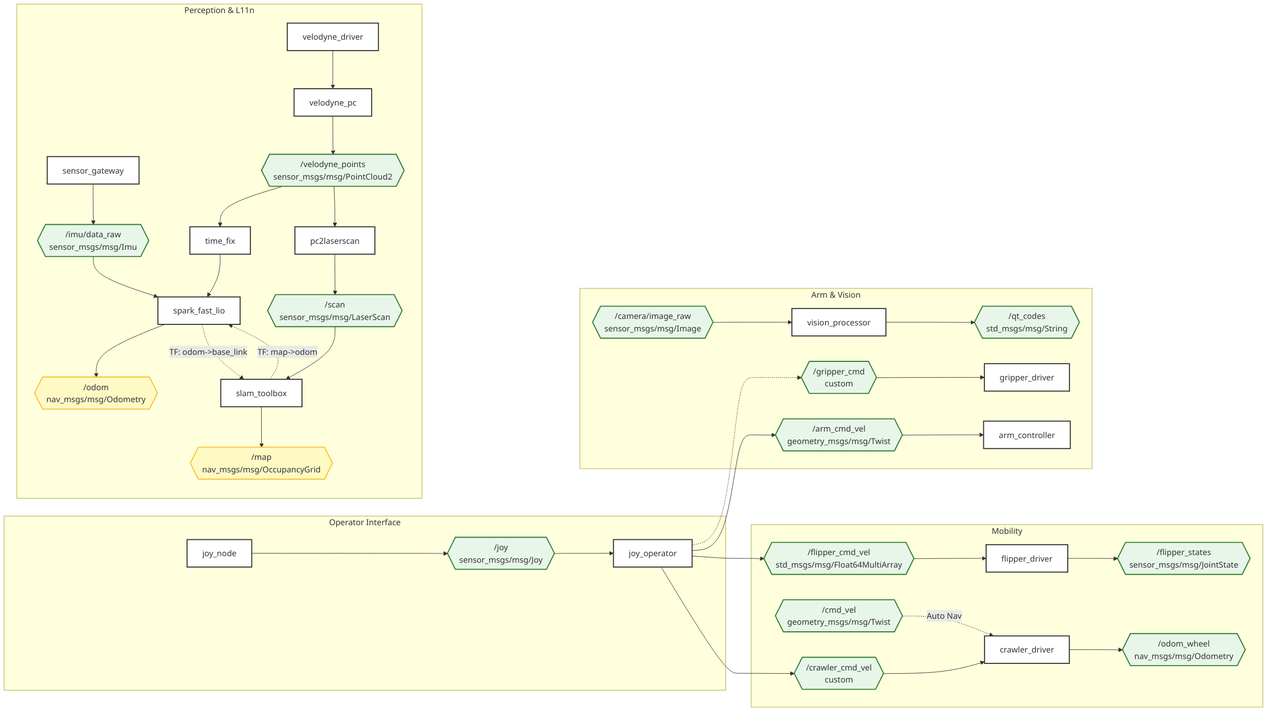
Earlier version of the Mermaid export main_ws/system_topology.png (lazytatzv/rustacean_roborescue). Its source is kept beside it as main_ws/topology/system_topology.mmd. Source of this version:
```mermaid
graph LR

  classDef node_style fill:#fff,stroke:#333,stroke-width:2px;
  classDef topic_style fill:#e8f5e9,stroke:#2e7d32,stroke-width:2px;
  classDef tf_style fill:#fff9c4,stroke:#fbc02d,stroke-width:2px;
  classDef hw_style fill:#e3f2fd,stroke:#1565c0,stroke-width:2px;

  subgraph Operator["Operator PC"]
    joy[joy_node]:::node_style
    ope_audio_sender[operator_audio_sender]:::node_style
    ope_audio_receiver[operator_audio_receiver]:::node_style
    foxglove[Foxglove Studio]:::node_style
  end

  T_joy{{/joy<br/>sensor_msgs/Joy}}:::topic_style
  T_ope_audio{{/operator/audio<br/>custom_interfaces/AudioPacket}}:::topic_style
  T_robot_audio{{/robot/audio<br/>custom_interfaces/AudioPacket}}:::topic_style

  joy --> T_joy
  ope_audio_sender --> T_ope_audio
  T_robot_audio --> ope_audio_receiver

  subgraph Control_Input["Control Input (NUC)"]
    op[joy_controller]:::node_style
    T_joy --> op
  end

  T_estop{{/emergency_stop<br/>std_msgs/Bool}}:::topic_style
  op --> T_estop

  subgraph Mobility["Mobility"]
    crawler[crawler_driver]:::node_style
    flipper[flipper_driver]:::node_style

    T_c_cmd{{/crawler_driver<br/>custom_interfaces/CrawlerVelocity}}:::topic_style
    T_f_cmd{{/flipper_driver<br/>custom_interfaces/FlipperVelocity}}:::topic_style
    T_joint{{/joint_states<br/>sensor_msgs/JointState}}:::topic_style

    op --> T_c_cmd --> crawler
    op --> T_f_cmd --> flipper
    flipper --> T_joint

    T_estop --> crawler
    T_estop --> flipper

    HW_roboclaw[Roboclaw]:::hw_style
    HW_dxl_f[Dynamixel Flippers]:::hw_style
    crawler --> HW_roboclaw
    flipper --> HW_dxl_f
  end

  subgraph Manipulation["Arm & Gripper"]
    arm[arm_controller]:::node_style
    arm_drv[arm_driver]:::node_style

    T_a_cmd{{/arm_cmd_vel<br/>geometry_msgs/Twist}}:::topic_style
    T_a_joint{{/arm_joint_commands<br/>sensor_msgs/JointState}}:::topic_style
    T_g_cmd{{/gripper_cmd<br/>custom_interfaces/GripperCommand}}:::topic_style
    T_g_status{{/gripper_status<br/>custom_interfaces/GripperStatus}}:::topic_style

    op --> T_a_cmd --> arm --> T_a_joint --> arm_drv
    T_joint --> arm
    T_g_cmd --> arm_drv --> T_g_status
    T_estop --> arm & arm_drv
    arm_drv --> T_joint

    HW_dxl_ag[Dynamixel Arm+Gripper]:::hw_style
    arm_drv --> HW_dxl_ag
  end

  subgraph Camera["Camera"]
    v4l2[v4l2_camera]:::node_style
    qr[qr_detector_cpp]:::node_style
    ffmpeg_conv[ffmpeg_to_foxglove_video]:::node_style

    T_cam{{/camera/image_raw<br/>sensor_msgs/Image}}:::topic_style
    T_cam_ffmpeg{{/camera/image_raw/ffmpeg<br/>FFMPEGPacket}}:::topic_style
    T_comp_video{{/camera/compressed_video<br/>foxglove_msgs/CompressedVideo H264}}:::topic_style
    T_qr{{/qr_codes<br/>std_msgs/String}}:::topic_style
    T_poi_det{{/poi_detections<br/>std_msgs/String}}:::topic_style

    HW_cam[USB Camera]:::hw_style
    HW_cam --> v4l2 --> T_cam --> qr --> T_qr
    qr --> T_poi_det
    v4l2 --> T_cam_ffmpeg --> ffmpeg_conv --> T_comp_video
  end

  subgraph Audio["Audio"]
    robot_sender[robot_audio_sender]:::node_style
    robot_receiver[robot_audio_receiver]:::node_style

    HW_mic[マイク]:::hw_style
    HW_spk[スピーカー]:::hw_style
    HW_mic --> robot_sender --> T_robot_audio
    T_ope_audio --> robot_receiver --> HW_spk
  end

  subgraph Perception["Perception & Localization"]
    gateway[sensor_gateway]:::node_style
    v_driver[velodyne_driver]:::node_style
    v_pc[velodyne_pointcloud]:::node_style
    time_fix[fix_pointcloud_time]:::node_style
    spark_lio[spark_fast_lio]:::node_style
    pc2ls[pointcloud_to_laserscan]:::node_style
    slam[slam_toolbox]:::node_style

    T_imu{{/imu/data<br/>sensor_msgs/Imu}}:::topic_style
    T_raw{{/velodyne_points<br/>sensor_msgs/PointCloud2}}:::topic_style
    T_fixed{{/velodyne_points_fixed<br/>sensor_msgs/PointCloud2}}:::topic_style
    T_scan{{/scan<br/>sensor_msgs/LaserScan}}:::topic_style
    T_odom{{/odom<br/>nav_msgs/Odometry}}:::topic_style
    T_map{{/map<br/>nav_msgs/OccupancyGrid}}:::topic_style
    T_cloud_map{{/cloud_map<br/>sensor_msgs/PointCloud2}}:::topic_style

    HW_stm32[STM32 + BNO055]:::hw_style
    HW_vlp16[VLP-16 LiDAR]:::hw_style

    HW_stm32 --> gateway --> T_imu --> spark_lio
    HW_vlp16 --> v_driver --> v_pc --> T_raw
    T_raw --> time_fix --> T_fixed --> spark_lio
    T_raw --> pc2ls --> T_scan --> slam
    spark_lio --> T_odom & T_cloud_map
    slam --> T_map
  end

  subgraph Export["POI & Map Export"]
    omron[omron_bridge]:::node_style
    map_exp[robo_map_exporter]:::node_style

    T_heat{{/heat_detection}}:::topic_style

    HW_omron[Omron 2JCIE-BU01]:::hw_style
    HW_omron --> omron --> T_heat
    omron --> T_poi_det

    T_cloud_map & T_map & T_odom --> map_exp
  end

  subgraph TF["TF Tree"]
    TF_map_odom["map → odom<br/>(slam_toolbox)"]:::tf_style
    TF_odom_bf["odom → base_footprint<br/>(spark_fast_lio)"]:::tf_style
    TF_bf_base["base_footprint → base_link<br/>(robot_state_publisher)"]:::tf_style
    TF_base_vel["base_link → velodyne<br/>(robot_state_publisher)"]:::tf_style
    TF_base_imu["base_link → imu_link"]:::tf_style
    TF_base_cam["base_link → camera_link"]:::tf_style
    TF_flippers["base_link → flipper_fl/fr/bl/br"]:::tf_style
    TF_arm["base_link → arm_base → arm1..arm6"]:::tf_style

    TF_map_odom --- TF_odom_bf --- TF_bf_base
    TF_bf_base --- TF_base_vel & TF_base_imu & TF_base_cam & TF_flippers & TF_arm
  end

  slam -.->|"TF"| TF_map_odom
  spark_lio -.->|"TF"| TF_odom_bf

  subgraph Navigation["Autonomous Navigation — Nav2"]
    lm[lifecycle_manager]:::node_style
    bt[bt_navigator]:::node_style
    planner[planner_server]:::node_style
    controller[controller_server]:::node_style
    behavior[behavior_server]:::node_style
    smoother[velocity_smoother]:::node_style

    T_goal{{/goal_pose<br/>geometry_msgs/PoseStamped}}:::topic_style
    T_cmd_vel{{/cmd_vel<br/>geometry_msgs/Twist}}:::topic_style

    lm --> bt & planner & controller & behavior & smoother
    T_goal --> bt --> planner & controller & behavior
    controller --> smoother --> T_cmd_vel --> crawler
    T_map --> planner
    T_scan --> controller
  end

  fgbridge[foxglove_bridge<br/>:8765]:::node_style

  T_comp_video & T_map & T_odom & T_scan & T_joint & T_imu --> fgbridge
  fgbridge == "WebSocket" ==> foxglove
```
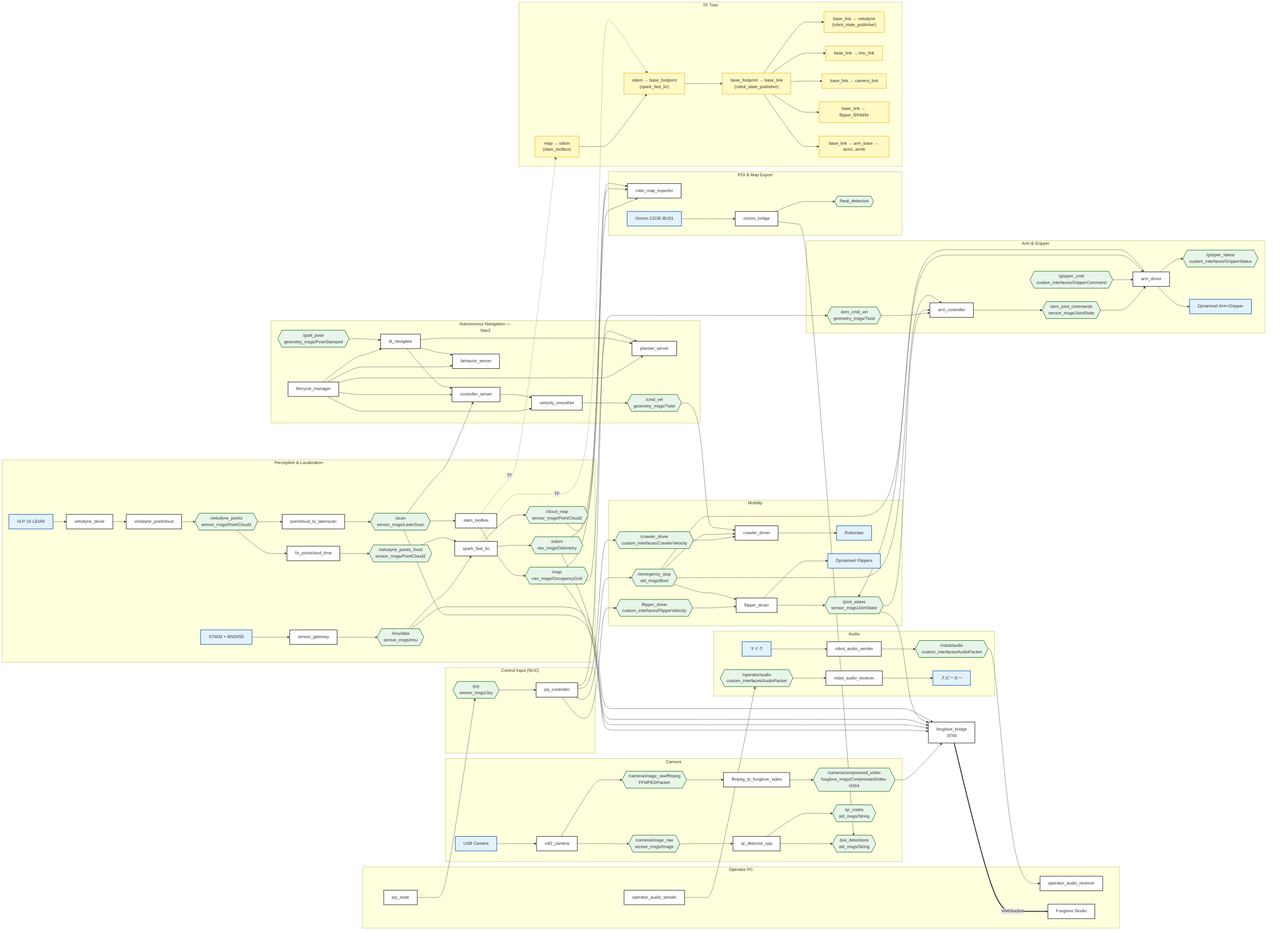
Above is the later version.

Commit message:
docs: update topology diagrams to reflect current implementation

Change to the diagram source:
```diff
@@ -13,8 +13,8 @@
   end
 
   T_joy{{/joy<br/>sensor_msgs/Joy}}:::topic_style
-  T_ope_audio{{/operator/audio<br/>custom_interfaces/AudioPacket}}:::topic_style
-  T_robot_audio{{/robot/audio<br/>custom_interfaces/AudioPacket}}:::topic_style
+  T_ope_audio{{/operator/audio<br/>custom_interfaces/AudioChunk}}:::topic_style
+  T_robot_audio{{/robot/audio<br/>custom_interfaces/AudioChunk}}:::topic_style
 
   joy --> T_joy
   ope_audio_sender --> T_ope_audio
@@ -54,15 +54,21 @@
     arm_drv[arm_driver]:::node_style
 
     T_a_cmd{{/arm_cmd_vel<br/>geometry_msgs/Twist}}:::topic_style
+    T_a_jvel{{/arm_joint_cmd_vel<br/>sensor_msgs/JointState}}:::topic_style
     T_a_joint{{/arm_joint_commands<br/>sensor_msgs/JointState}}:::topic_style
+    T_ee_pose{{/arm_ee_pose<br/>geometry_msgs/PoseStamped}}:::topic_style
     T_g_cmd{{/gripper_cmd<br/>custom_interfaces/GripperCommand}}:::topic_style
     T_g_status{{/gripper_status<br/>custom_interfaces/GripperStatus}}:::topic_style
 
-    op --> T_a_cmd --> arm --> T_a_joint --> arm_drv
+    op --> T_a_cmd --> arm
+    op --> T_a_jvel --> arm
+    op --> T_g_cmd --> arm_drv
+    arm --> T_a_joint --> arm_drv
+    arm --> T_ee_pose
     T_joint --> arm
-    T_g_cmd --> arm_drv --> T_g_status
+    arm_drv --> T_g_status
+    arm_drv --> T_joint
     T_estop --> arm & arm_drv
-    arm_drv --> T_joint
 
     HW_dxl_ag[Dynamixel Arm+Gripper]:::hw_style
     arm_drv --> HW_dxl_ag
@@ -127,14 +133,20 @@
     omron[omron_bridge]:::node_style
     map_exp[robo_map_exporter]:::node_style
 
-    T_heat{{/heat_detection}}:::topic_style
+    T_omron_temp{{omron/temperature<br/>std_msgs/Float32}}:::topic_style
+    T_omron_hum{{omron/humidity<br/>std_msgs/Float32}}:::topic_style
+    T_omron_light{{omron/light<br/>std_msgs/Float32}}:::topic_style
+    T_omron_pres{{omron/pressure<br/>std_msgs/Float32}}:::topic_style
 
     HW_omron[Omron 2JCIE-BU01]:::hw_style
-    HW_omron --> omron --> T_heat
-    omron --> T_poi_det
+    HW_omron --> omron
+    omron --> T_omron_temp & T_omron_hum & T_omron_light & T_omron_pres
+    T_odom --> omron
 
     T_cloud_map & T_map & T_odom --> map_exp
   end
+
+  qr --> T_poi_det
 
   subgraph TF["TF Tree"]
     TF_map_odom["map → odom<br/>(slam_toolbox)"]:::tf_style
```
